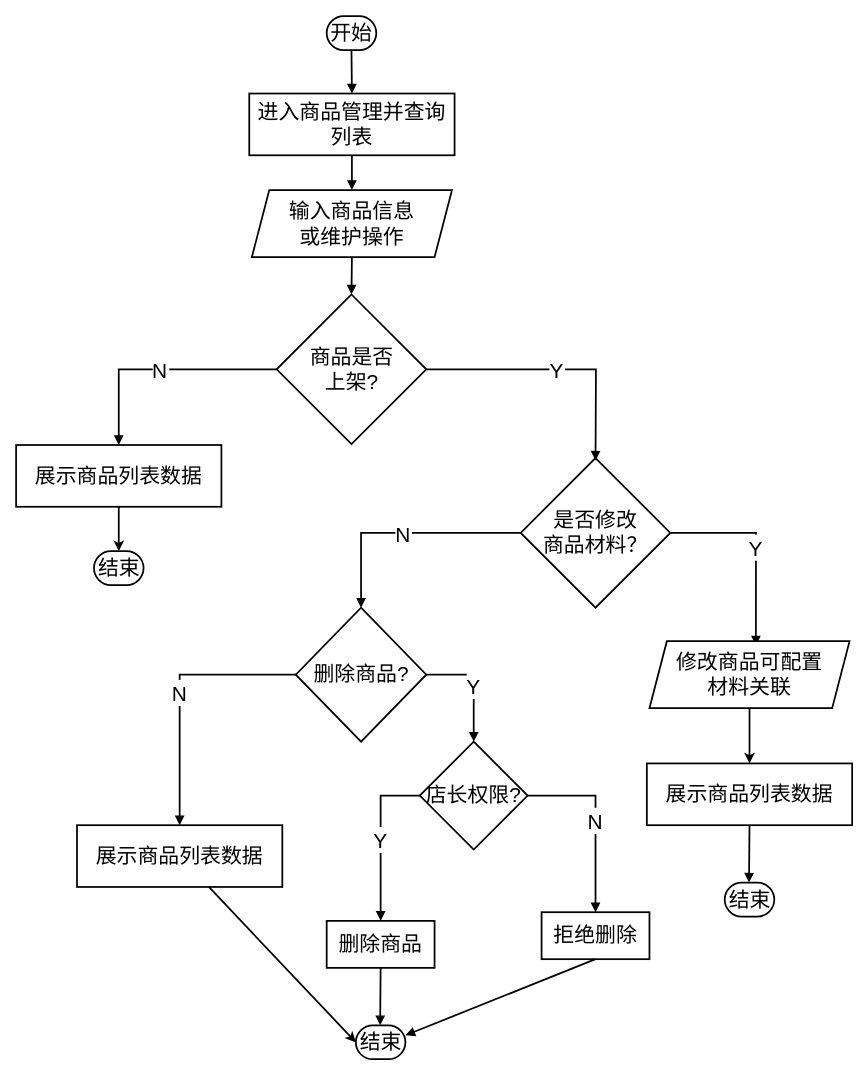
Above: 商品信息管理功能流程图.drawio in LichCarlos/darwIo (draw.io), before the change. Source tidied: cells renumbered, new cells numbered last; positions are measured from the earlier drawing's top-left corner, leaving out a move shared by most shapes. Both pictures are drawn from the tidied source at 87%, with x=0, y=0 at pixel (16, 16).
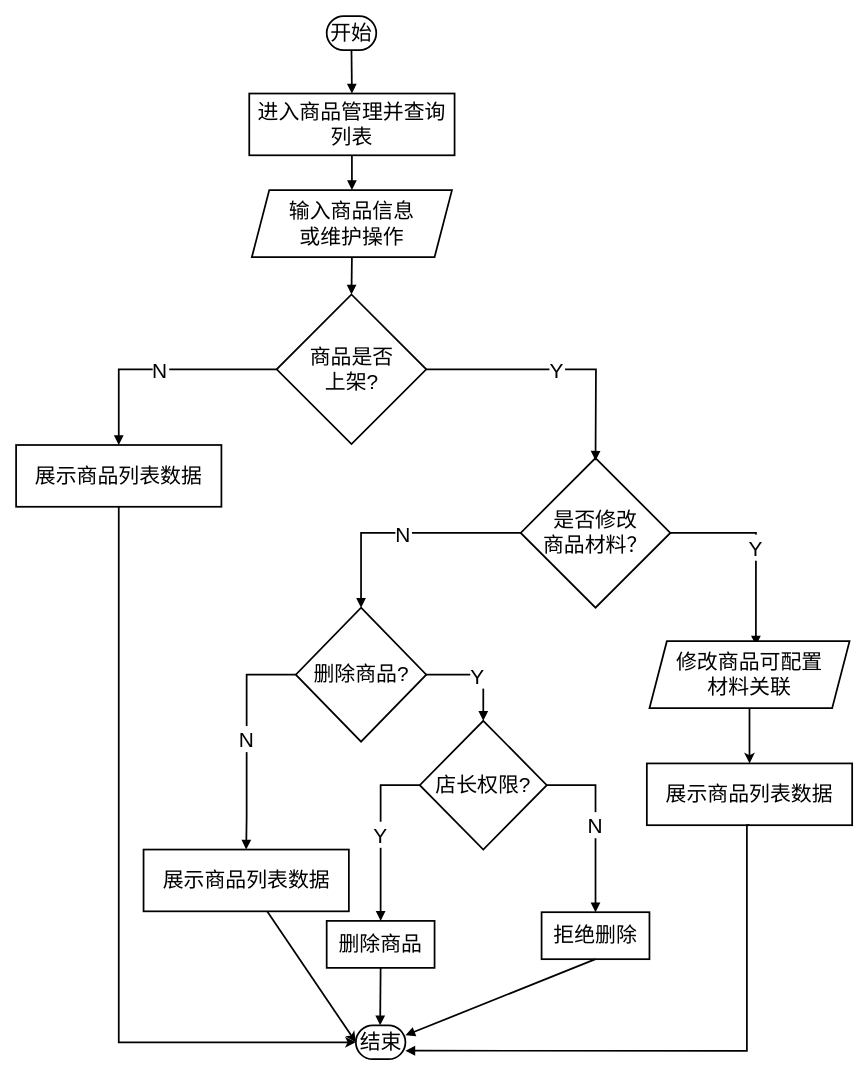
Above is the later version.

Commit message:
更新商品信息管理功能流程图.drawio

The change refers to these unchanged cells:
```xml
<mxCell id="10" value="删除商品?" style="rhombus;strokeWidth=2;whiteSpace=wrap;fontSize=24;" parent="1" vertex="1">
  <mxGeometry x="321.5" y="680" width="150" height="154" as="geometry" />
</mxCell>
<mxCell id="11" value="结束" style="rounded=1;whiteSpace=wrap;arcSize=50;strokeWidth=2;fontSize=24;" parent="1" vertex="1">
  <mxGeometry x="390.5" y="1160" width="57" height="39" as="geometry" />
</mxCell>
<mxCell id="29" value="展示商品列表数据" style="whiteSpace=wrap;strokeWidth=2;fontSize=24;" parent="1" vertex="1">
  <mxGeometry y="493" width="236" height="71" as="geometry" />
</mxCell>
```

The edit, as a diff of the source:
```diff
@@
     <mxCell id="12" value="店长权限?" style="rhombus;strokeWidth=2;whiteSpace=wrap;fontSize=24;" parent="1" vertex="1">
-      <mxGeometry x="464" y="834" width="124" height="124" as="geometry" />
+      <mxGeometry x="464" y="810" width="146" height="148" as="geometry" />
     </mxCell>
@@
     <mxCell id="22" value="N" style="startArrow=none;endArrow=block;strokeWidth=2;exitX=0;exitY=0.5;rounded=0;fontSize=24;exitDx=0;exitDy=0;edgeStyle=orthogonalEdgeStyle;entryX=0.5;entryY=0;entryDx=0;entryDy=0;" parent="1" edge="1" source="10" target="32">
       <mxGeometry relative="1" as="geometry">
         <Array as="points">
-          <mxPoint x="271" y="757" />
-          <mxPoint x="271" y="757" />
-          <mxPoint x="188" y="757" />
-          <mxPoint x="188" y="920" />
+          <mxPoint x="265" y="757" />
+          <mxPoint x="265" y="920" />
         </Array>
       </mxGeometry>
     </mxCell>
@@
-    <mxCell id="28" style="edgeStyle=orthogonalEdgeStyle;rounded=0;jettySize=auto;html=1;entryX=0.5;entryY=0;entryDx=0;entryDy=0;strokeWidth=2;" parent="1" edge="1" source="29" target="30">
-      <mxGeometry relative="1" as="geometry" />
+    <mxCell id="28" style="edgeStyle=orthogonalEdgeStyle;rounded=0;jettySize=auto;html=1;entryX=0;entryY=0.5;entryDx=0;entryDy=0;strokeWidth=2;" parent="1" edge="1" source="29" target="11">
+      <mxGeometry relative="1" as="geometry">
+        <Array as="points">
+          <mxPoint x="118" y="1180" />
+        </Array>
+      </mxGeometry>
     </mxCell>
@@
-    <mxCell id="30" value="结束" style="rounded=1;whiteSpace=wrap;arcSize=50;strokeWidth=2;fontSize=24;" parent="1" vertex="1">
-      <mxGeometry x="89.5" y="615" width="57" height="39" as="geometry" />
-    </mxCell>
@@
     <mxCell id="32" value="展示商品列表数据" style="whiteSpace=wrap;strokeWidth=2;fontSize=24;" parent="1" vertex="1">
-      <mxGeometry x="70" y="930" width="236" height="71" as="geometry" />
+      <mxGeometry x="146.5" y="958" width="236" height="71" as="geometry" />
     </mxCell>
@@
-    <mxCell id="36" value="结束" style="rounded=1;whiteSpace=wrap;arcSize=50;strokeWidth=2;fontSize=24;" parent="1" vertex="1">
-      <mxGeometry x="814.5" y="996" width="57" height="39" as="geometry" />
-    </mxCell>
-    <mxCell id="37" style="curved=1;startArrow=none;endArrow=block;strokeWidth=2;exitX=0.5;exitY=0.99;entryX=0.49;entryY=-0.01;rounded=0;fontSize=24;" parent="1" edge="1" target="36">
+    <mxCell id="37" style="startArrow=none;endArrow=block;strokeWidth=2;exitX=0.5;exitY=0.99;entryX=1;entryY=0.75;rounded=0;fontSize=24;entryDx=0;entryDy=0;edgeStyle=orthogonalEdgeStyle;" parent="1" edge="1" target="11">
       <mxGeometry relative="1" as="geometry">
         <mxPoint x="843" y="930" as="sourcePoint" />
+        <Array as="points">
+          <mxPoint x="840" y="930" />
+          <mxPoint x="840" y="1189" />
+        </Array>
       </mxGeometry>
     </mxCell>
```
